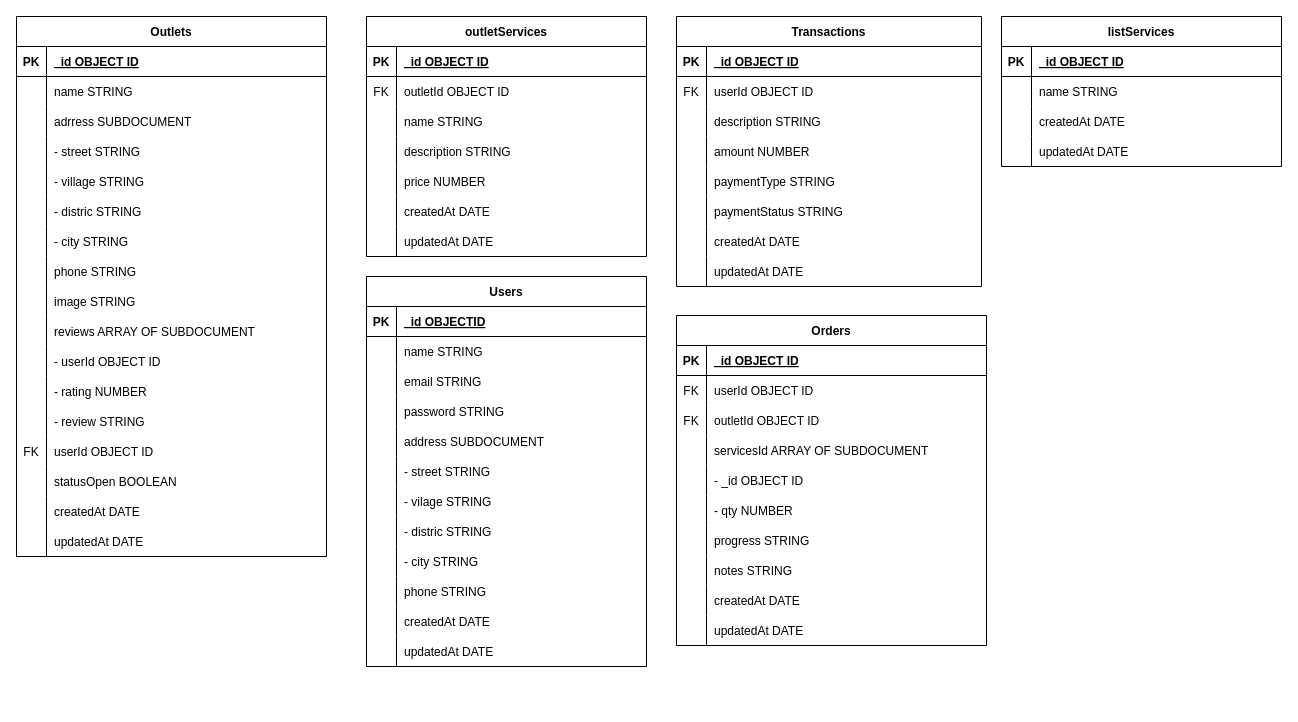
Final-Project-MyLaundry/backend keeps this draw.io diagram as schema.drawio. Above is the earlier version. Source tidied: cells renumbered, new cells numbered last; positions are measured from the earlier drawing's top-left corner, leaving out a move shared by most shapes. Both pictures are drawn from the tidied source at 100%, with x=0, y=0 at pixel (16, 16).
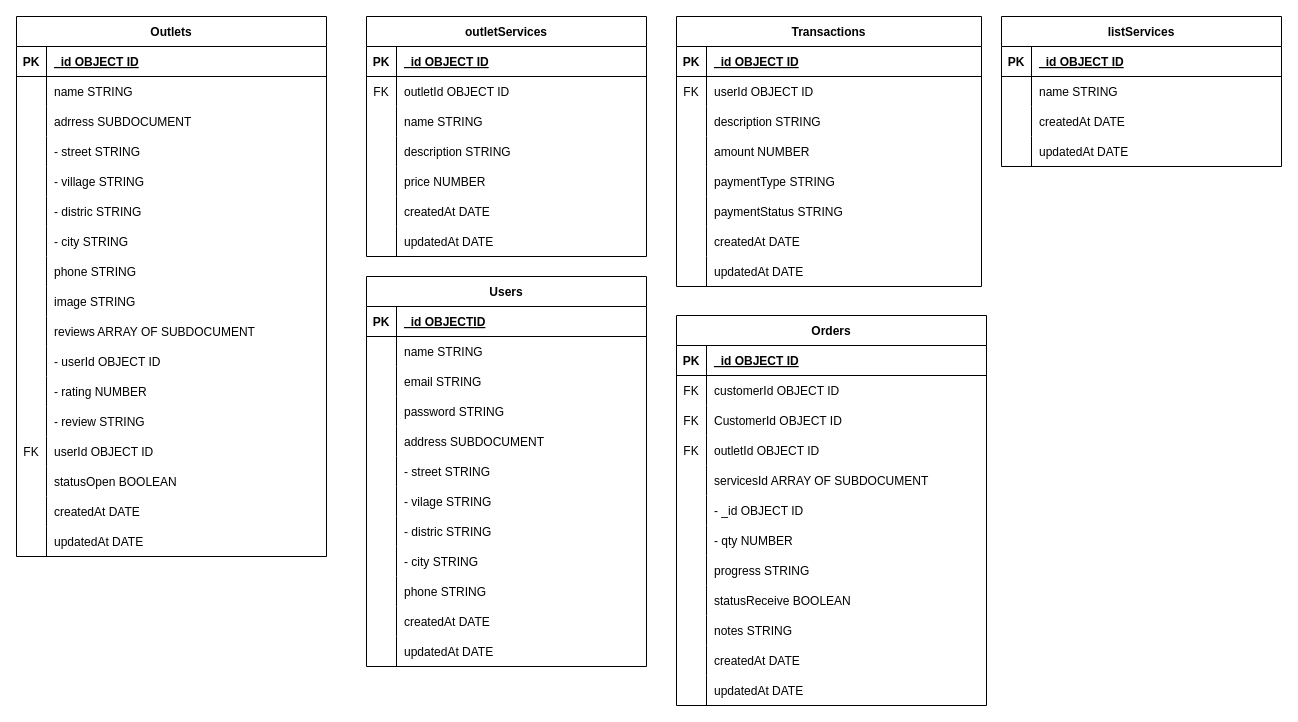
The same page after the edit.

The change refers to these unchanged cells:
```xml
<mxCell id="142" style="shape=tableRow;horizontal=0;startSize=0;swimlaneHead=0;swimlaneBody=0;fillColor=none;top=0;left=0;right=0;bottom=0;" parent="138" vertex="1">
  <mxGeometry y="60" width="310" height="30" as="geometry" />
</mxCell>
```

Diff of the diagram source:
```diff
@@
     <mxCell id="138" value="Orders" style="shape=table;startSize=30;childLayout=tableLayout;rowLines=0;fontStyle=1;align=center;" parent="1" vertex="1">
-      <mxGeometry x="660" y="299" width="310" height="330" as="geometry" />
+      <mxGeometry x="660" y="299" width="310" height="390" as="geometry" />
     </mxCell>
@@
-    <mxCell id="144" value="userId OBJECT ID" style="shape=partialRectangle;fillColor=none;top=0;left=0;bottom=0;right=0;align=left;spacingLeft=6;overflow=hidden;" parent="142" vertex="1">
+    <mxCell id="144" value="customerId OBJECT ID" style="shape=partialRectangle;fillColor=none;top=0;left=0;bottom=0;right=0;align=left;spacingLeft=6;overflow=hidden;" parent="142" vertex="1">
       <mxGeometry x="30" width="280" height="30" as="geometry" />
     </mxCell>
+    <mxCell id="182" style="shape=tableRow;horizontal=0;startSize=0;swimlaneHead=0;swimlaneBody=0;fillColor=none;top=0;left=0;right=0;bottom=0;" parent="138" vertex="1">
+      <mxGeometry y="90" width="310" height="30" as="geometry" />
+    </mxCell>
+    <mxCell id="183" value="FK" style="shape=partialRectangle;fillColor=none;top=0;left=0;bottom=0;right=0;overflow=hidden;" parent="182" vertex="1">
+      <mxGeometry width="30" height="30" as="geometry" />
+    </mxCell>
+    <mxCell id="184" value="CustomerId OBJECT ID" style="shape=partialRectangle;fillColor=none;top=0;left=0;bottom=0;right=0;align=left;spacingLeft=6;overflow=hidden;" parent="182" vertex="1">
+      <mxGeometry x="30" width="280" height="30" as="geometry" />
+    </mxCell>
     <mxCell id="145" style="shape=tableRow;horizontal=0;startSize=0;swimlaneHead=0;swimlaneBody=0;fillColor=none;top=0;left=0;right=0;bottom=0;" parent="138" vertex="1">
-      <mxGeometry y="90" width="310" height="30" as="geometry" />
+      <mxGeometry y="120" width="310" height="30" as="geometry" />
     </mxCell>
@@
     <mxCell id="148" style="shape=tableRow;horizontal=0;startSize=0;swimlaneHead=0;swimlaneBody=0;fillColor=none;top=0;left=0;right=0;bottom=0;" parent="138" vertex="1">
-      <mxGeometry y="120" width="310" height="30" as="geometry" />
+      <mxGeometry y="150" width="310" height="30" as="geometry" />
     </mxCell>
@@
     <mxCell id="151" style="shape=tableRow;horizontal=0;startSize=0;swimlaneHead=0;swimlaneBody=0;fillColor=none;top=0;left=0;right=0;bottom=0;" parent="138" vertex="1">
-      <mxGeometry y="150" width="310" height="30" as="geometry" />
+      <mxGeometry y="180" width="310" height="30" as="geometry" />
     </mxCell>
@@
     <mxCell id="154" style="shape=tableRow;horizontal=0;startSize=0;swimlaneHead=0;swimlaneBody=0;fillColor=none;top=0;left=0;right=0;bottom=0;" parent="138" vertex="1">
-      <mxGeometry y="180" width="310" height="30" as="geometry" />
+      <mxGeometry y="210" width="310" height="30" as="geometry" />
     </mxCell>
@@
     <mxCell id="157" style="shape=tableRow;horizontal=0;startSize=0;swimlaneHead=0;swimlaneBody=0;fillColor=none;top=0;left=0;right=0;bottom=0;" parent="138" vertex="1">
-      <mxGeometry y="210" width="310" height="30" as="geometry" />
+      <mxGeometry y="240" width="310" height="30" as="geometry" />
     </mxCell>
@@
+    <mxCell id="185" style="shape=tableRow;horizontal=0;startSize=0;swimlaneHead=0;swimlaneBody=0;fillColor=none;top=0;left=0;right=0;bottom=0;" parent="138" vertex="1">
+      <mxGeometry y="270" width="310" height="30" as="geometry" />
+    </mxCell>
+    <mxCell id="186" style="shape=partialRectangle;fillColor=none;top=0;left=0;bottom=0;right=0;overflow=hidden;" parent="185" vertex="1">
+      <mxGeometry width="30" height="30" as="geometry" />
+    </mxCell>
+    <mxCell id="187" value="statusReceive BOOLEAN" style="shape=partialRectangle;fillColor=none;top=0;left=0;bottom=0;right=0;align=left;spacingLeft=6;overflow=hidden;" parent="185" vertex="1">
+      <mxGeometry x="30" width="280" height="30" as="geometry" />
+    </mxCell>
     <mxCell id="160" style="shape=tableRow;horizontal=0;startSize=0;swimlaneHead=0;swimlaneBody=0;fillColor=none;top=0;left=0;right=0;bottom=0;" parent="138" vertex="1">
-      <mxGeometry y="240" width="310" height="30" as="geometry" />
+      <mxGeometry y="300" width="310" height="30" as="geometry" />
     </mxCell>
@@
     <mxCell id="163" style="shape=tableRow;horizontal=0;startSize=0;swimlaneHead=0;swimlaneBody=0;fillColor=none;top=0;left=0;right=0;bottom=0;" parent="138" vertex="1">
-      <mxGeometry y="270" width="310" height="30" as="geometry" />
+      <mxGeometry y="330" width="310" height="30" as="geometry" />
     </mxCell>
@@
     <mxCell id="166" style="shape=tableRow;horizontal=0;startSize=0;swimlaneHead=0;swimlaneBody=0;fillColor=none;top=0;left=0;right=0;bottom=0;" parent="138" vertex="1">
-      <mxGeometry y="300" width="310" height="30" as="geometry" />
+      <mxGeometry y="360" width="310" height="30" as="geometry" />
     </mxCell>
```
